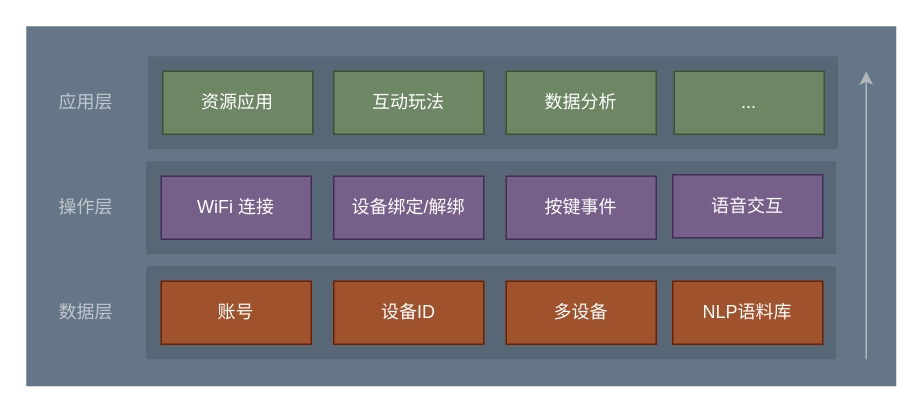
Before: page "第 2 页" (2 of 2) of jiajia.drawio in yangbe/diagrams, a draw.io diagram. Source tidied: cells renumbered, new cells numbered last; positions are measured from the earlier drawing's top-left corner, leaving out a move shared by most shapes. Both pictures are drawn from the tidied source at 150%, with x=0, y=0 at pixel (26, 26).
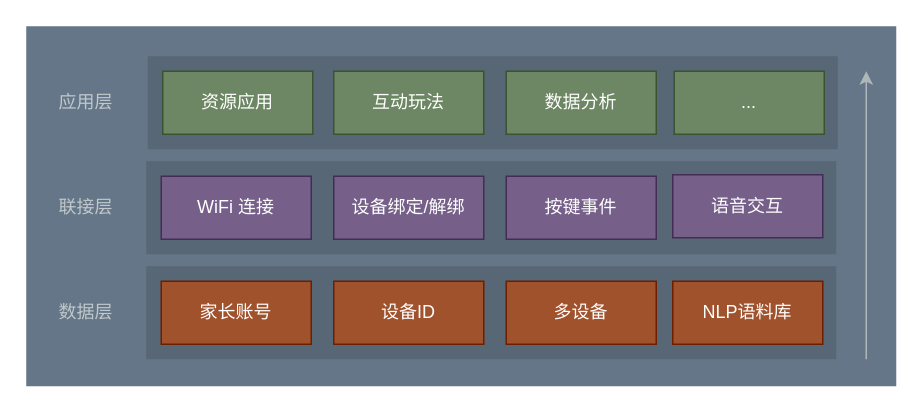
The same diagram, later.

The change refers to these unchanged cells:
```xml
<mxCell id="2" style="group;" parent="1" vertex="1">
  <mxGeometry width="580" height="240" as="geometry" />
</mxCell>
<mxCell id="18" style="group;" parent="2" vertex="1">
  <mxGeometry x="80" y="160" width="350" height="62" as="geometry" />
</mxCell>
```

The edit, as a diff of the source:
```diff
@@
-    <mxCell id="16" value="操作层" style="text;html=1;strokeColor=none;fillColor=none;align=center;verticalAlign=middle;whiteSpace=wrap;rounded=0;sketch=0;fontColor=#C0C8CC;" parent="2" vertex="1">
+    <mxCell id="16" value="联接层" style="text;html=1;strokeColor=none;fillColor=none;align=center;verticalAlign=middle;whiteSpace=wrap;rounded=0;sketch=0;fontColor=#C0C8CC;" parent="2" vertex="1">
       <mxGeometry x="15" y="111" width="50" height="20" as="geometry" />
     </mxCell>
@@
-    <mxCell id="20" value="账号" style="rounded=0;whiteSpace=wrap;html=1;sketch=0;align=center;fillColor=#a0522d;fontColor=#ffffff;strokeColor=#6D1F00;" parent="18" vertex="1">
+    <mxCell id="20" value="家长账号" style="rounded=0;whiteSpace=wrap;html=1;sketch=0;align=center;fillColor=#a0522d;fontColor=#ffffff;strokeColor=#6D1F00;" parent="18" vertex="1">
       <mxGeometry x="10" y="10" width="100" height="42" as="geometry" />
     </mxCell>
```
